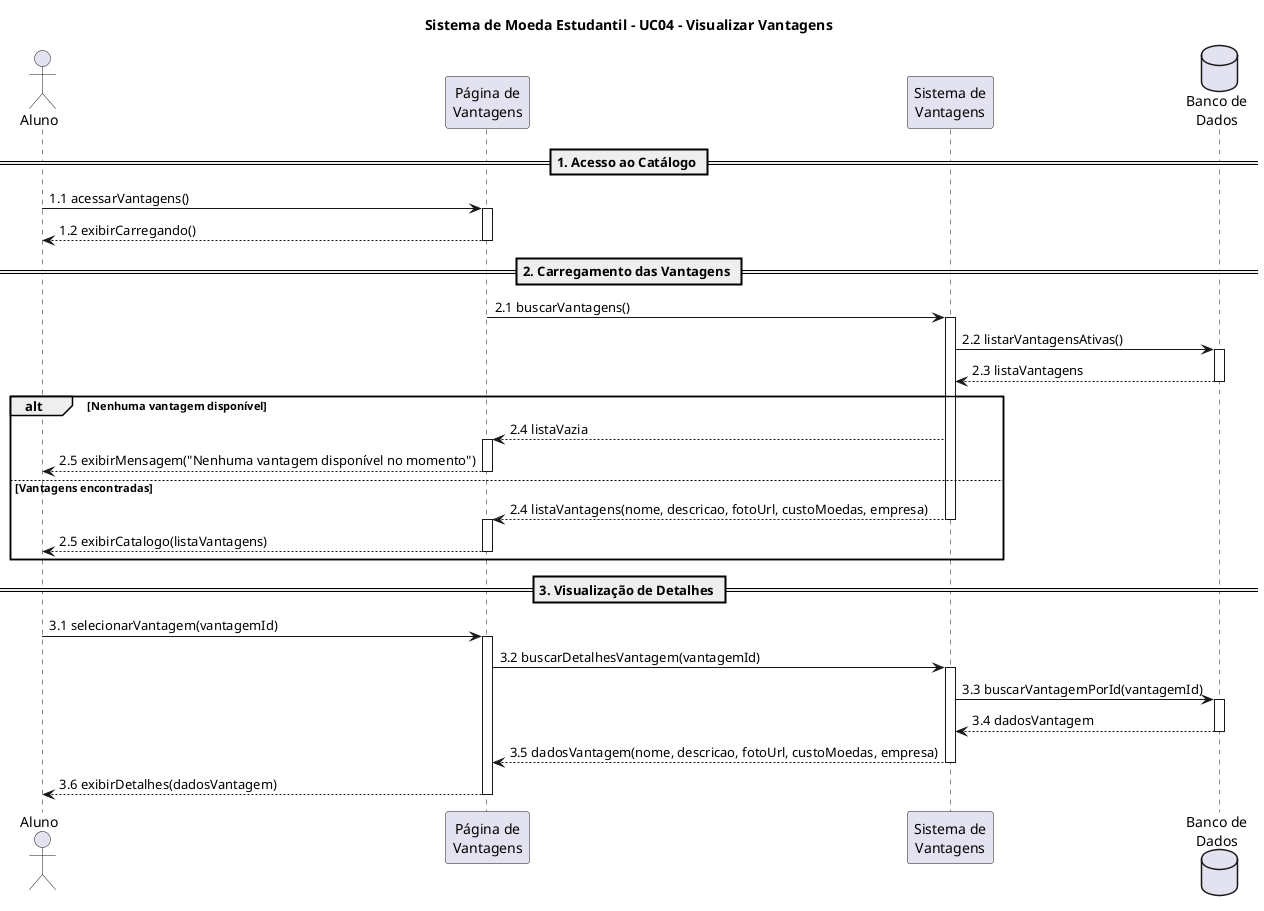
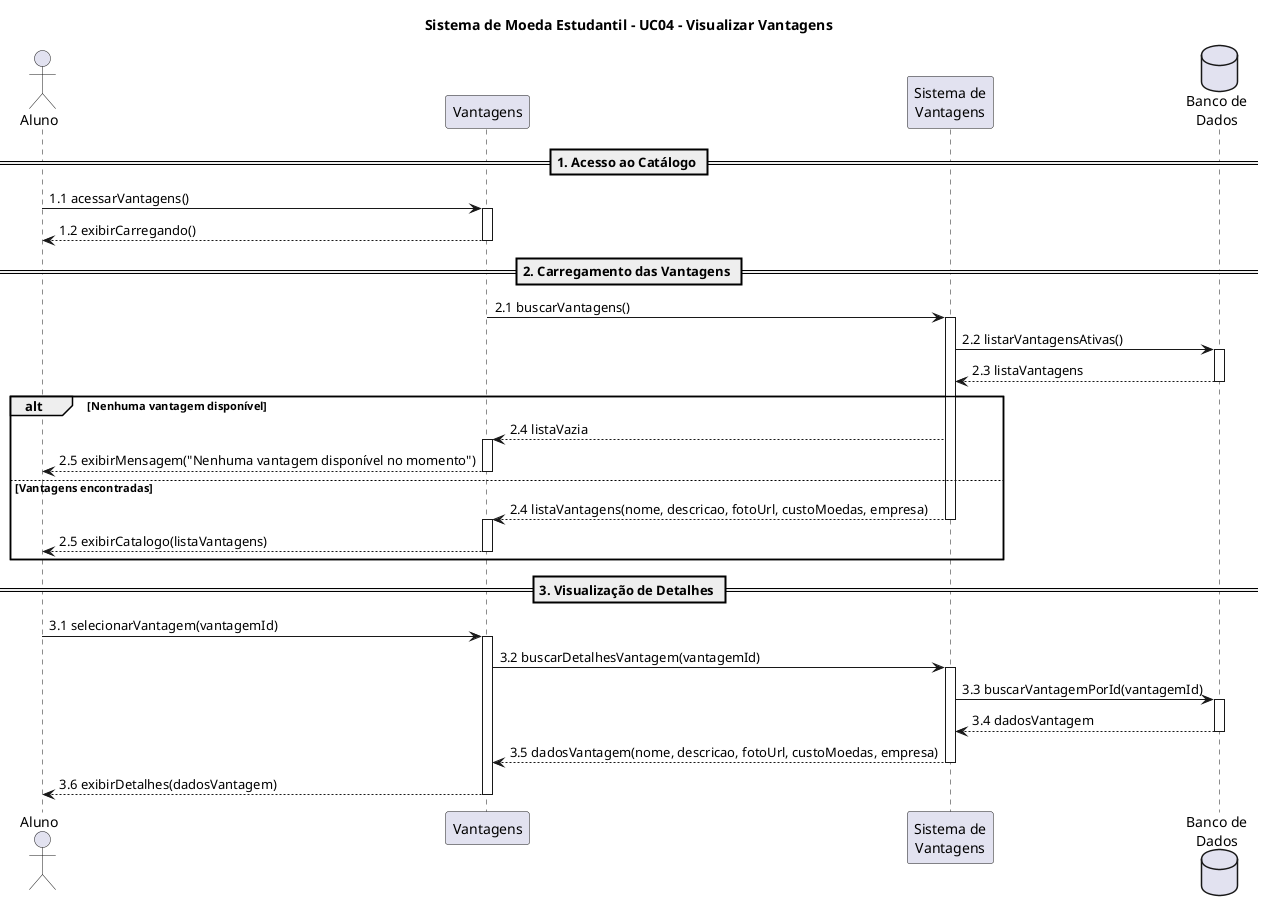
@startuml UC04-VisualizarVantagens
title Sistema de Moeda Estudantil - UC04 - Visualizar Vantagens

actor "Aluno" as A
- participant "Página de\nVantagens" as PV
+ participant "Vantagens" as PV
participant "Sistema de\nVantagens" as SV
database "Banco de\nDados" as BD

== 1. Acesso ao Catálogo ==

A -> PV: 1.1 acessarVantagens()
activate PV
PV --> A: 1.2 exibirCarregando()
deactivate PV

== 2. Carregamento das Vantagens ==

PV -> SV: 2.1 buscarVantagens()
activate SV
SV -> BD: 2.2 listarVantagensAtivas()
activate BD
BD --> SV: 2.3 listaVantagens
deactivate BD

alt Nenhuma vantagem disponível
    SV --> PV: 2.4 listaVazia
    activate PV
    PV --> A: 2.5 exibirMensagem("Nenhuma vantagem disponível no momento")
    deactivate PV

else Vantagens encontradas
    SV --> PV: 2.4 listaVantagens(nome, descricao, fotoUrl, custoMoedas, empresa)
    deactivate SV
    activate PV
    PV --> A: 2.5 exibirCatalogo(listaVantagens)
    deactivate PV
end


== 3. Visualização de Detalhes ==

A -> PV: 3.1 selecionarVantagem(vantagemId)
activate PV
PV -> SV: 3.2 buscarDetalhesVantagem(vantagemId)
activate SV
SV -> BD: 3.3 buscarVantagemPorId(vantagemId)
activate BD
BD --> SV: 3.4 dadosVantagem
deactivate BD
SV --> PV: 3.5 dadosVantagem(nome, descricao, fotoUrl, custoMoedas, empresa)
deactivate SV
PV --> A: 3.6 exibirDetalhes(dadosVantagem)
deactivate PV

@enduml
